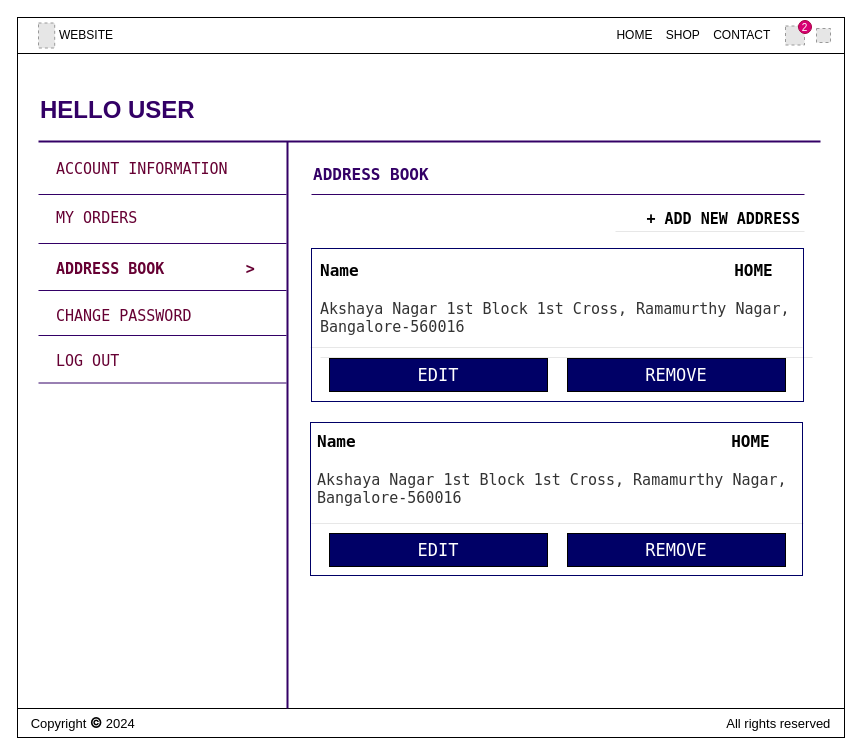
ayushi1719/ecommerce keeps this draw.io diagram as page "User Profile Page (Address Book)" (14 of 18) of Wireframes.drawio. Above is the earlier version. Source tidied: cells renumbered, new cells numbered last; positions are measured from the earlier drawing's top-left corner, leaving out a move shared by most shapes. Both pictures are drawn from the tidied source at 100%, with x=0, y=0 at pixel (17, 17). Pictures stored in the file or linked from it are replaced by grey dashed boxes.
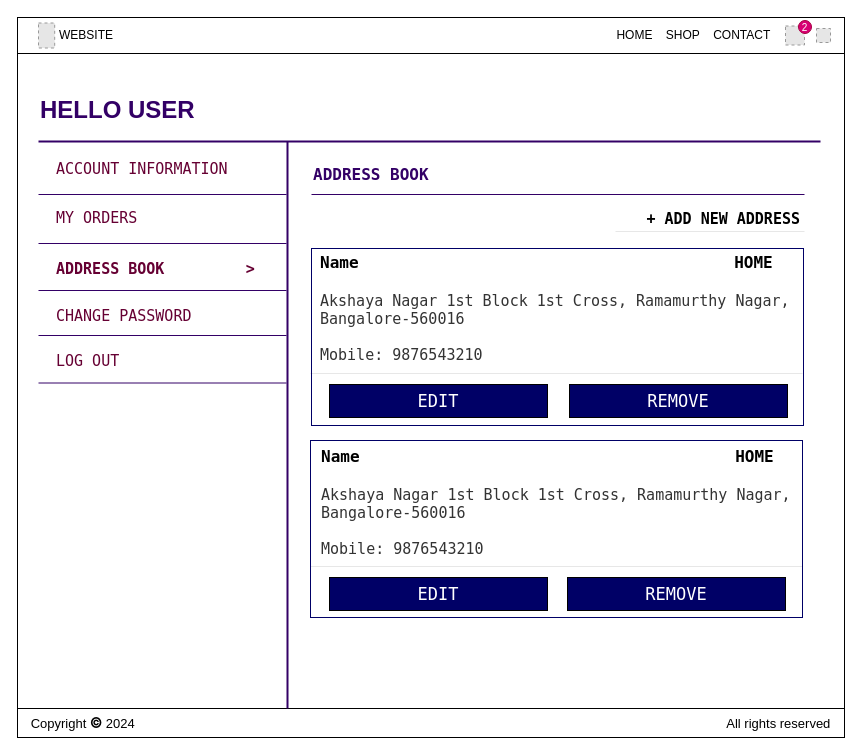
After the change.

Diff of the diagram source:
```diff
@@
     <mxCell id="24" style="rounded=0;whiteSpace=wrap;html=1;strokeColor=#000066;" parent="1" vertex="1">
-      <mxGeometry x="294" y="231" width="492" height="153" as="geometry" />
+      <mxGeometry x="294" y="231" width="492" height="177" as="geometry" />
     </mxCell>
-    <mxCell id="25" value="&lt;div&gt;&lt;font size=&quot;1&quot; face=&quot;Lucida Console&quot;&gt;&lt;b style=&quot;font-size: 16px;&quot;&gt;Name&amp;nbsp; &amp;nbsp; &amp;nbsp; &amp;nbsp; &amp;nbsp; &amp;nbsp; &amp;nbsp; &amp;nbsp; &amp;nbsp; &amp;nbsp; &amp;nbsp; &amp;nbsp; &amp;nbsp; &amp;nbsp; &amp;nbsp; &amp;nbsp; &amp;nbsp; &amp;nbsp; &amp;nbsp; &amp;nbsp;HOME&lt;/b&gt;&lt;/font&gt;&lt;/div&gt;&lt;div&gt;&lt;font size=&quot;1&quot; face=&quot;Lucida Console&quot;&gt;&lt;b style=&quot;font-size: 16px;&quot;&gt;&lt;br&gt;&lt;/b&gt;&lt;/font&gt;&lt;/div&gt;&lt;div&gt;&lt;span style=&quot;color: rgb(51, 51, 51); background-color: rgb(255, 255, 255);&quot;&gt;&lt;font face=&quot;Lucida Console&quot; style=&quot;font-size: 15px;&quot;&gt;Akshaya Nagar 1st Block 1st Cross, Ramamurthy Nagar, Bangalore-560016&lt;/font&gt;&lt;/span&gt;&lt;/div&gt;" style="text;strokeColor=none;align=left;fillColor=none;html=1;verticalAlign=middle;whiteSpace=wrap;rounded=0;" parent="1" vertex="1">
-      <mxGeometry x="301" y="231" width="476" height="99" as="geometry" />
+    <mxCell id="25" value="&lt;div&gt;&lt;font size=&quot;1&quot; face=&quot;Lucida Console&quot;&gt;&lt;b style=&quot;font-size: 16px;&quot;&gt;Name&amp;nbsp; &amp;nbsp; &amp;nbsp; &amp;nbsp; &amp;nbsp; &amp;nbsp; &amp;nbsp; &amp;nbsp; &amp;nbsp; &amp;nbsp; &amp;nbsp; &amp;nbsp; &amp;nbsp; &amp;nbsp; &amp;nbsp; &amp;nbsp; &amp;nbsp; &amp;nbsp; &amp;nbsp; &amp;nbsp;HOME&lt;/b&gt;&lt;/font&gt;&lt;/div&gt;&lt;div&gt;&lt;font size=&quot;1&quot; face=&quot;Lucida Console&quot;&gt;&lt;b style=&quot;font-size: 16px;&quot;&gt;&lt;br&gt;&lt;/b&gt;&lt;/font&gt;&lt;/div&gt;&lt;div&gt;&lt;span style=&quot;color: rgb(51, 51, 51); background-color: rgb(255, 255, 255);&quot;&gt;&lt;font face=&quot;Lucida Console&quot; style=&quot;font-size: 15px;&quot;&gt;Akshaya Nagar 1st Block 1st Cross, Ramamurthy Nagar, Bangalore-560016&lt;/font&gt;&lt;/span&gt;&lt;/div&gt;&lt;div&gt;&lt;span style=&quot;color: rgb(51, 51, 51); background-color: rgb(255, 255, 255);&quot;&gt;&lt;font face=&quot;Lucida Console&quot; style=&quot;font-size: 15px;&quot;&gt;&lt;br&gt;&lt;/font&gt;&lt;/span&gt;&lt;/div&gt;&lt;div&gt;&lt;span style=&quot;color: rgb(51, 51, 51); background-color: rgb(255, 255, 255);&quot;&gt;&lt;font face=&quot;Lucida Console&quot; style=&quot;font-size: 15px;&quot;&gt;Mobile: 9876543210&lt;/font&gt;&lt;/span&gt;&lt;/div&gt;" style="text;strokeColor=none;align=left;fillColor=none;html=1;verticalAlign=middle;whiteSpace=wrap;rounded=0;" parent="1" vertex="1">
+      <mxGeometry x="301" y="231" width="476" height="119" as="geometry" />
     </mxCell>
     <mxCell id="26" style="line;strokeWidth=0;html=1;strokeColor=default;fillColor=none;fontColor=#E6E6E6;labelBackgroundColor=none;" parent="1" vertex="1">
-      <mxGeometry x="293" y="325" width="492" height="10" as="geometry" />
+      <mxGeometry x="293" y="351" width="492" height="10" as="geometry" />
     </mxCell>
     <mxCell id="27" value="&lt;font face=&quot;Lucida Console&quot; color=&quot;#ffffff&quot; style=&quot;font-size: 17px; background-color: rgb(0, 0, 102);&quot;&gt;EDIT&lt;/font&gt;" style="rounded=0;whiteSpace=wrap;html=1;fillColor=#000066;" parent="1" vertex="1">
-      <mxGeometry x="312" y="341" width="218" height="33" as="geometry" />
+      <mxGeometry x="312" y="367" width="218" height="33" as="geometry" />
     </mxCell>
     <mxCell id="28" value="&lt;font face=&quot;Lucida Console&quot; color=&quot;#ffffff&quot; style=&quot;font-size: 17px; background-color: rgb(0, 0, 102);&quot;&gt;REMOVE&lt;/font&gt;" style="rounded=0;whiteSpace=wrap;html=1;fillColor=#000066;" parent="1" vertex="1">
-      <mxGeometry x="550" y="341" width="218" height="33" as="geometry" />
+      <mxGeometry x="552" y="367" width="218" height="33" as="geometry" />
     </mxCell>
-    <mxCell id="29" style="rounded=0;whiteSpace=wrap;html=1;strokeColor=#000066;" parent="1" vertex="1">
-      <mxGeometry x="293" y="405" width="492" height="153" as="geometry" />
-    </mxCell>
-    <mxCell id="30" value="&lt;div&gt;&lt;font size=&quot;1&quot; face=&quot;Lucida Console&quot;&gt;&lt;b style=&quot;font-size: 16px;&quot;&gt;Name&amp;nbsp; &amp;nbsp; &amp;nbsp; &amp;nbsp; &amp;nbsp; &amp;nbsp; &amp;nbsp; &amp;nbsp; &amp;nbsp; &amp;nbsp; &amp;nbsp; &amp;nbsp; &amp;nbsp; &amp;nbsp; &amp;nbsp; &amp;nbsp; &amp;nbsp; &amp;nbsp; &amp;nbsp; &amp;nbsp;HOME&lt;/b&gt;&lt;/font&gt;&lt;/div&gt;&lt;div&gt;&lt;font size=&quot;1&quot; face=&quot;Lucida Console&quot;&gt;&lt;b style=&quot;font-size: 16px;&quot;&gt;&lt;br&gt;&lt;/b&gt;&lt;/font&gt;&lt;/div&gt;&lt;div&gt;&lt;span style=&quot;color: rgb(51, 51, 51); background-color: rgb(255, 255, 255);&quot;&gt;&lt;font face=&quot;Lucida Console&quot; style=&quot;font-size: 15px;&quot;&gt;Akshaya Nagar 1st Block 1st Cross, Ramamurthy Nagar, Bangalore-560016&lt;/font&gt;&lt;/span&gt;&lt;/div&gt;" style="text;strokeColor=none;align=left;fillColor=none;html=1;verticalAlign=middle;whiteSpace=wrap;rounded=0;" parent="1" vertex="1">
-      <mxGeometry x="298" y="402" width="476" height="99" as="geometry" />
-    </mxCell>
-    <mxCell id="31" style="line;strokeWidth=0;html=1;strokeColor=default;fillColor=none;fontColor=#E6E6E6;labelBackgroundColor=none;" parent="1" vertex="1">
-      <mxGeometry x="294" y="501" width="492" height="10" as="geometry" />
-    </mxCell>
+    <mxCell id="34" value="&lt;font face=&quot;Lucida Console&quot; style=&quot;font-size: 15px;&quot;&gt;&lt;b&gt;+ ADD NEW ADDRESS&lt;/b&gt;&lt;/font&gt;" style="text;strokeColor=none;align=right;fillColor=none;html=1;verticalAlign=middle;whiteSpace=wrap;rounded=0;" parent="1" vertex="1">
+      <mxGeometry x="613" y="182" width="172" height="37" as="geometry" />
+    </mxCell>
+    <mxCell id="36" style="line;strokeWidth=0;html=1;strokeColor=default;fillColor=none;fontColor=#E6E6E6;labelBackgroundColor=none;" parent="1" vertex="1">
+      <mxGeometry x="598" y="209" width="189" height="10" as="geometry" />
+    </mxCell>
+    <mxCell id="37" style="rounded=0;whiteSpace=wrap;html=1;strokeColor=#000066;" parent="1" vertex="1">
+      <mxGeometry x="293" y="423" width="492" height="177" as="geometry" />
+    </mxCell>
+    <mxCell id="38" value="&lt;div&gt;&lt;font size=&quot;1&quot; face=&quot;Lucida Console&quot;&gt;&lt;b style=&quot;font-size: 16px;&quot;&gt;Name&amp;nbsp; &amp;nbsp; &amp;nbsp; &amp;nbsp; &amp;nbsp; &amp;nbsp; &amp;nbsp; &amp;nbsp; &amp;nbsp; &amp;nbsp; &amp;nbsp; &amp;nbsp; &amp;nbsp; &amp;nbsp; &amp;nbsp; &amp;nbsp; &amp;nbsp; &amp;nbsp; &amp;nbsp; &amp;nbsp;HOME&lt;/b&gt;&lt;/font&gt;&lt;/div&gt;&lt;div&gt;&lt;font size=&quot;1&quot; face=&quot;Lucida Console&quot;&gt;&lt;b style=&quot;font-size: 16px;&quot;&gt;&lt;br&gt;&lt;/b&gt;&lt;/font&gt;&lt;/div&gt;&lt;div&gt;&lt;span style=&quot;color: rgb(51, 51, 51); background-color: rgb(255, 255, 255);&quot;&gt;&lt;font face=&quot;Lucida Console&quot; style=&quot;font-size: 15px;&quot;&gt;Akshaya Nagar 1st Block 1st Cross, Ramamurthy Nagar, Bangalore-560016&lt;/font&gt;&lt;/span&gt;&lt;/div&gt;&lt;div&gt;&lt;span style=&quot;color: rgb(51, 51, 51); background-color: rgb(255, 255, 255);&quot;&gt;&lt;font face=&quot;Lucida Console&quot; style=&quot;font-size: 15px;&quot;&gt;&lt;br&gt;&lt;/font&gt;&lt;/span&gt;&lt;/div&gt;&lt;div&gt;&lt;span style=&quot;color: rgb(51, 51, 51); background-color: rgb(255, 255, 255);&quot;&gt;&lt;font face=&quot;Lucida Console&quot; style=&quot;font-size: 15px;&quot;&gt;Mobile: 9876543210&lt;/font&gt;&lt;/span&gt;&lt;/div&gt;" style="text;strokeColor=none;align=left;fillColor=none;html=1;verticalAlign=middle;whiteSpace=wrap;rounded=0;" parent="1" vertex="1">
+      <mxGeometry x="302" y="425" width="476" height="119" as="geometry" />
+    </mxCell>
+    <mxCell id="39" style="line;strokeWidth=0;html=1;strokeColor=default;fillColor=none;fontColor=#E6E6E6;labelBackgroundColor=none;" parent="1" vertex="1">
+      <mxGeometry x="293" y="544" width="492" height="10" as="geometry" />
+    </mxCell>
     <mxCell id="32" value="&lt;font face=&quot;Lucida Console&quot; color=&quot;#ffffff&quot; style=&quot;font-size: 17px; background-color: rgb(0, 0, 102);&quot;&gt;EDIT&lt;/font&gt;" style="rounded=0;whiteSpace=wrap;html=1;fillColor=#000066;" parent="1" vertex="1">
-      <mxGeometry x="312" y="516" width="218" height="33" as="geometry" />
+      <mxGeometry x="312" y="560" width="218" height="33" as="geometry" />
     </mxCell>
     <mxCell id="33" value="&lt;font face=&quot;Lucida Console&quot; color=&quot;#ffffff&quot; style=&quot;font-size: 17px; background-color: rgb(0, 0, 102);&quot;&gt;REMOVE&lt;/font&gt;" style="rounded=0;whiteSpace=wrap;html=1;fillColor=#000066;" parent="1" vertex="1">
-      <mxGeometry x="550" y="516" width="218" height="33" as="geometry" />
+      <mxGeometry x="550" y="560" width="218" height="33" as="geometry" />
     </mxCell>
-    <mxCell id="34" value="&lt;font face=&quot;Lucida Console&quot; style=&quot;font-size: 15px;&quot;&gt;&lt;b&gt;+ ADD NEW ADDRESS&lt;/b&gt;&lt;/font&gt;" style="text;strokeColor=none;align=right;fillColor=none;html=1;verticalAlign=middle;whiteSpace=wrap;rounded=0;" parent="1" vertex="1">
-      <mxGeometry x="613" y="182" width="172" height="37" as="geometry" />
-    </mxCell>
-    <mxCell id="35" style="line;strokeWidth=0;html=1;strokeColor=default;fillColor=none;fontColor=#E6E6E6;labelBackgroundColor=none;" parent="1" vertex="1">
-      <mxGeometry x="303" y="335" width="492" height="10" as="geometry" />
-    </mxCell>
-    <mxCell id="36" style="line;strokeWidth=0;html=1;strokeColor=default;fillColor=none;fontColor=#E6E6E6;labelBackgroundColor=none;" parent="1" vertex="1">
-      <mxGeometry x="598" y="209" width="189" height="10" as="geometry" />
-    </mxCell>
```
